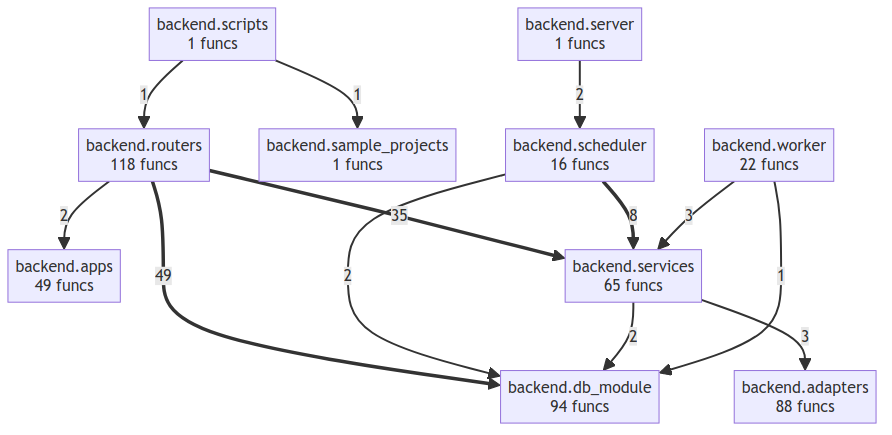
This is project/compact_flow.png from semcod/www, a Mermaid export, as it was before one commit. Its source is kept beside it as project/compact_flow.mmd.
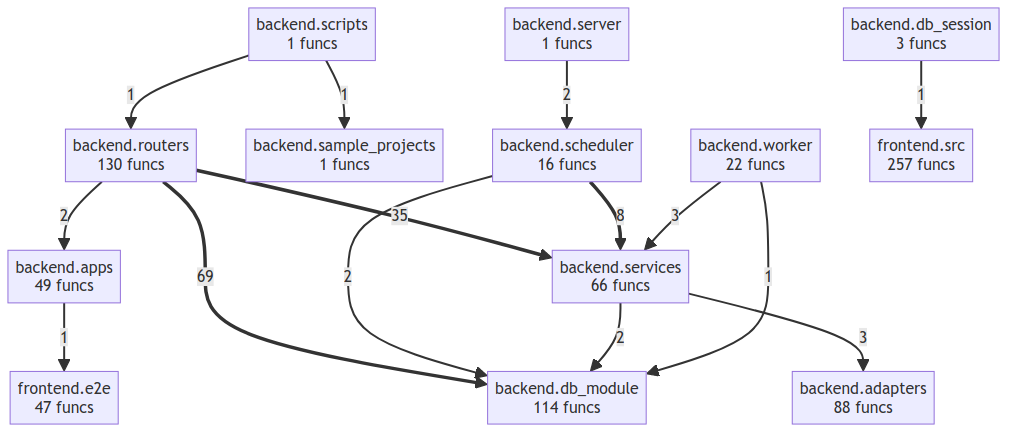
Above is the later version.

The edit, as a diff of the source:
```diff
@@ -1,15 +1,18 @@
 flowchart TD
     backend__adapters["backend.adapters<br/>88 funcs"]
     backend__apps["backend.apps<br/>49 funcs"]
-    backend__db_module["backend.db_module<br/>94 funcs"]
-    backend__routers["backend.routers<br/>118 funcs"]
+    backend__db_module["backend.db_module<br/>114 funcs"]
+    backend__db_session["backend.db_session<br/>3 funcs"]
+    backend__routers["backend.routers<br/>130 funcs"]
     backend__sample_projects["backend.sample_projects<br/>1 funcs"]
     backend__scheduler["backend.scheduler<br/>16 funcs"]
     backend__scripts["backend.scripts<br/>1 funcs"]
     backend__server["backend.server<br/>1 funcs"]
-    backend__services["backend.services<br/>65 funcs"]
+    backend__services["backend.services<br/>66 funcs"]
     backend__worker["backend.worker<br/>22 funcs"]
-    backend__routers ==>|49| backend__db_module
+    frontend__e2e["frontend.e2e<br/>47 funcs"]
+    frontend__src["frontend.src<br/>257 funcs"]
+    backend__routers ==>|69| backend__db_module
     backend__routers ==>|35| backend__services
     backend__scheduler ==>|8| backend__services
     backend__services -->|3| backend__adapters
@@ -18,6 +21,8 @@
     backend__scheduler -->|2| backend__db_module
     backend__services -->|2| backend__db_module
     backend__routers -->|2| backend__apps
+    backend__db_session -->|1| frontend__src
     backend__worker -->|1| backend__db_module
     backend__scripts -->|1| backend__sample_projects
     backend__scripts -->|1| backend__routers
+    backend__apps -->|1| frontend__e2e
```
